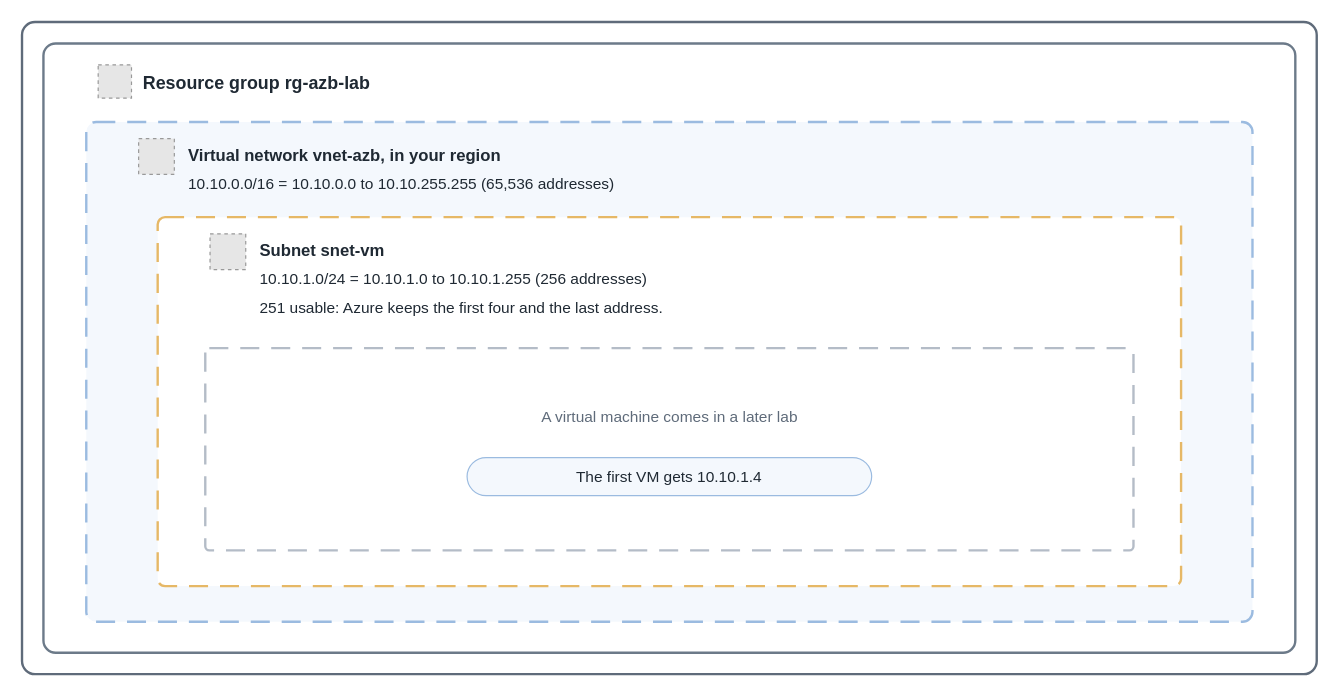
Above: src/img/basics/virtual-network-subnet.drawio in AddySidd27/cloud-ai-notes (draw.io), before the change. Source tidied: cells renumbered, new cells numbered last; positions are measured from the earlier drawing's top-left corner, leaving out a move shared by most shapes. Both pictures are drawn from the tidied source at 119%, with x=0, y=0 at pixel (21, 21). Pictures stored in the file or linked from it are replaced by grey dashed boxes.
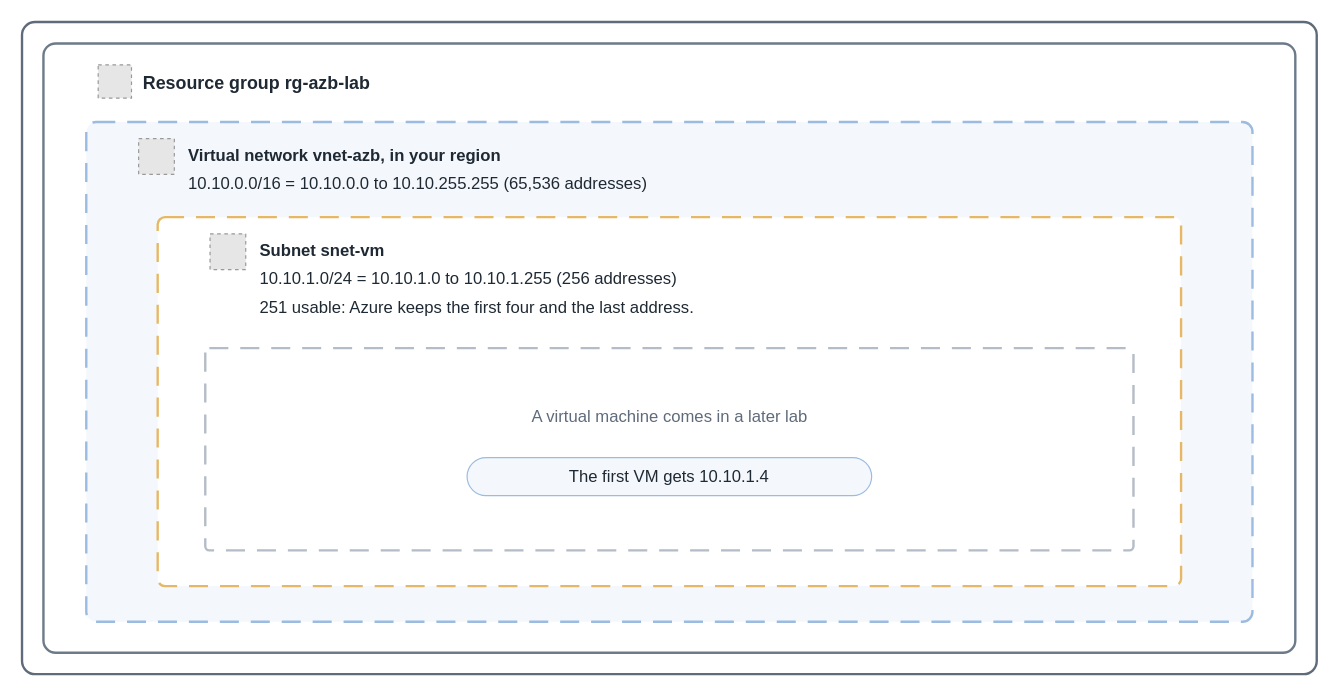
The same diagram, later.

What changed in the source:
```diff
@@
 <mxGraphModel>
   <root>
     <mxCell id="0" />
     <mxCell id="1" parent="0" />
     <mxCell id="2" style="rounded=1;arcSize=2;html=1;fillColor=#ffffff;strokeColor=#5f6b7a;strokeWidth=2;" parent="1" vertex="1">
       <mxGeometry width="1088" height="548" as="geometry" />
     </mxCell>
     <mxCell id="3" style="rounded=1;arcSize=2;html=1;fillColor=#ffffff;strokeColor=#6c7a89;strokeWidth=2;" parent="1" vertex="1">
       <mxGeometry x="18" y="18" width="1052" height="512" as="geometry" />
     </mxCell>
     <mxCell id="4" style="fillColor=#E6E6E6;strokeColor=#999999;dashed=1;html=1;" parent="1" vertex="1">
       <mxGeometry x="64" y="36" width="28" height="28" as="geometry" />
     </mxCell>
     <mxCell id="5" value="&lt;b&gt;Resource group rg-azb-lab&lt;/b&gt;" style="text;html=1;align=left;verticalAlign=middle;fontSize=15;fontColor=#1f2933;" parent="1" vertex="1">
       <mxGeometry x="100" y="39" width="700" height="24" as="geometry" />
     </mxCell>
     <mxCell id="6" style="rounded=1;arcSize=2;html=1;fillColor=#f4f8fd;strokeColor=#9bbbe0;strokeWidth=2;dashed=1;dashPattern=8 5;" parent="1" vertex="1">
       <mxGeometry x="54" y="84" width="980" height="420" as="geometry" />
     </mxCell>
     <mxCell id="7" style="fillColor=#E6E6E6;strokeColor=#999999;dashed=1;html=1;" parent="1" vertex="1">
       <mxGeometry x="98" y="98" width="30" height="30" as="geometry" />
     </mxCell>
     <mxCell id="8" value="&lt;b&gt;Virtual network vnet-azb, in your region&lt;/b&gt;" style="text;html=1;align=left;verticalAlign=middle;fontSize=14;fontColor=#1f2933;" parent="1" vertex="1">
       <mxGeometry x="138" y="100" width="700" height="24" as="geometry" />
     </mxCell>
-    <mxCell id="9" value="10.10.0.0/16 = 10.10.0.0 to 10.10.255.255 (65,536 addresses)" style="text;html=1;align=left;verticalAlign=middle;fontSize=13;fontColor=#1f2933;" parent="1" vertex="1">
+    <mxCell id="9" value="10.10.0.0/16 = 10.10.0.0 to 10.10.255.255 (65,536 addresses)" style="text;html=1;align=left;verticalAlign=middle;fontSize=14;fontColor=#1f2933;" parent="1" vertex="1">
       <mxGeometry x="138" y="124" width="800" height="24" as="geometry" />
     </mxCell>
     <mxCell id="10" style="rounded=1;arcSize=2;html=1;fillColor=#ffffff;strokeColor=#e6b866;strokeWidth=2;dashed=1;dashPattern=8 5;" parent="1" vertex="1">
       <mxGeometry x="114" y="164" width="860" height="310" as="geometry" />
     </mxCell>
     <mxCell id="11" style="fillColor=#E6E6E6;strokeColor=#999999;dashed=1;html=1;" parent="1" vertex="1">
       <mxGeometry x="158" y="178" width="30" height="30" as="geometry" />
     </mxCell>
     <mxCell id="12" value="&lt;b&gt;Subnet snet-vm&lt;/b&gt;" style="text;html=1;align=left;verticalAlign=middle;fontSize=14;fontColor=#1f2933;" parent="1" vertex="1">
       <mxGeometry x="198" y="180" width="600" height="24" as="geometry" />
     </mxCell>
-    <mxCell id="13" value="10.10.1.0/24 = 10.10.1.0 to 10.10.1.255 (256 addresses)" style="text;html=1;align=left;verticalAlign=middle;fontSize=13;fontColor=#1f2933;" parent="1" vertex="1">
+    <mxCell id="13" value="10.10.1.0/24 = 10.10.1.0 to 10.10.1.255 (256 addresses)" style="text;html=1;align=left;verticalAlign=middle;fontSize=14;fontColor=#1f2933;" parent="1" vertex="1">
       <mxGeometry x="198" y="204" width="700" height="24" as="geometry" />
     </mxCell>
-    <mxCell id="14" value="251 usable: Azure keeps the first four and the last address." style="text;html=1;align=left;verticalAlign=middle;fontSize=13;fontColor=#1f2933;" parent="1" vertex="1">
+    <mxCell id="14" value="251 usable: Azure keeps the first four and the last address." style="text;html=1;align=left;verticalAlign=middle;fontSize=14;fontColor=#1f2933;" parent="1" vertex="1">
       <mxGeometry x="198" y="228" width="700" height="24" as="geometry" />
     </mxCell>
     <mxCell id="15" style="rounded=1;arcSize=2;html=1;fillColor=#ffffff;strokeColor=#b4bcc7;strokeWidth=2;dashed=1;dashPattern=8 5;" parent="1" vertex="1">
       <mxGeometry x="154" y="274" width="780" height="170" as="geometry" />
     </mxCell>
-    <mxCell id="16" value="A virtual machine comes in a later lab" style="text;html=1;align=center;verticalAlign=middle;fontSize=13;fontColor=#5f6b7a;" parent="1" vertex="1">
+    <mxCell id="16" value="A virtual machine comes in a later lab" style="text;html=1;align=center;verticalAlign=middle;fontSize=14;fontColor=#5f6b7a;" parent="1" vertex="1">
       <mxGeometry x="164" y="320" width="760" height="24" as="geometry" />
     </mxCell>
-    <mxCell id="17" value="The first VM gets 10.10.1.4" style="rounded=1;arcSize=50;whiteSpace=wrap;html=1;fillColor=#f4f8fd;strokeColor=#9bbbe0;fontSize=13;fontColor=#1f2933;" parent="1" vertex="1">
+    <mxCell id="17" value="The first VM gets 10.10.1.4" style="rounded=1;arcSize=50;whiteSpace=wrap;html=1;fillColor=#f4f8fd;strokeColor=#9bbbe0;fontSize=14;fontColor=#1f2933;" parent="1" vertex="1">
       <mxGeometry x="374" y="366" width="340" height="32" as="geometry" />
     </mxCell>
   </root>
 </mxGraphModel>
```
